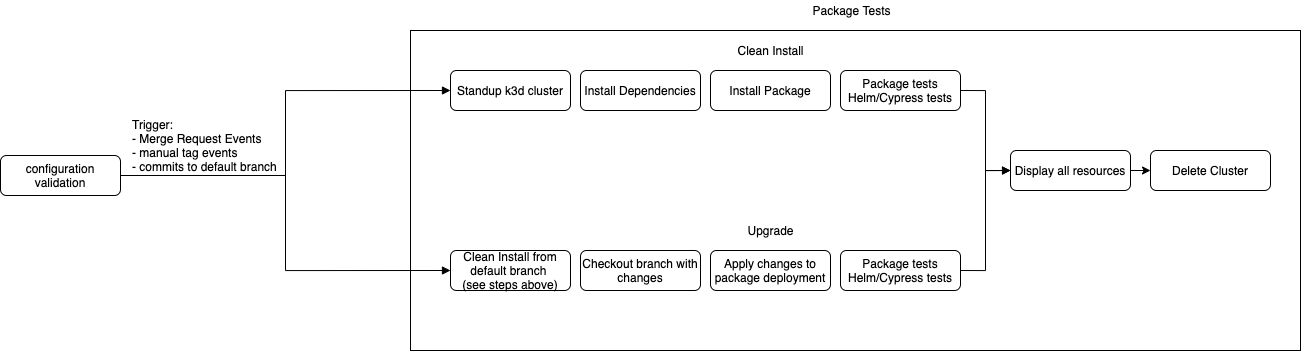
This is docs/developer/imgs/Package_pipeline.png from rjferguson21/big-bang, a draw.io export, as it was before one commit. Source tidied: cells renumbered, new cells last; positions are measured from the earlier drawing's top-left corner, leaving out a move shared by most shapes.
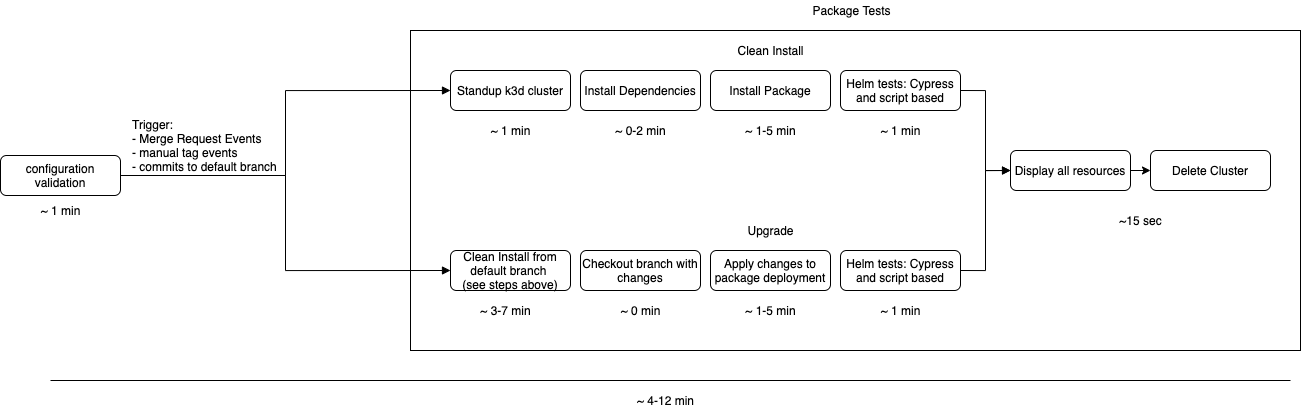
Later version of the same file.

Commit message:
update package pipeline diagram with time/tests

What changed in the source:
```diff
@@ -32,7 +32,7 @@
     <mxCell id="11" style="edgeStyle=orthogonalEdgeStyle;rounded=0;jettySize=auto;html=1;exitX=1;exitY=0.5;exitDx=0;exitDy=0;entryX=0;entryY=0.5;entryDx=0;entryDy=0;endArrow=block;endFill=1;" parent="1" edge="1" source="12" target="19">
       <mxGeometry relative="1" as="geometry" />
     </mxCell>
-    <mxCell id="12" value="Package tests&lt;br&gt;Helm/Cypress tests" style="rounded=1;whiteSpace=wrap;html=1;fontSize=12;glass=0;strokeWidth=1;shadow=0;" parent="1" vertex="1">
+    <mxCell id="12" value="Helm tests: Cypress and script based" style="rounded=1;whiteSpace=wrap;html=1;fontSize=12;glass=0;strokeWidth=1;shadow=0;" parent="1" vertex="1">
       <mxGeometry x="840" y="70" width="120" height="40" as="geometry" />
     </mxCell>
     <mxCell id="13" value="Clean Install from default branch &lt;br&gt;(see steps above)" style="rounded=1;whiteSpace=wrap;html=1;fontSize=12;glass=0;strokeWidth=1;shadow=0;" parent="1" vertex="1">
@@ -47,7 +47,7 @@
     <mxCell id="16" value="Apply changes to package deployment" style="rounded=1;whiteSpace=wrap;html=1;fontSize=12;glass=0;strokeWidth=1;shadow=0;" parent="1" vertex="1">
       <mxGeometry x="710" y="250" width="120" height="40" as="geometry" />
     </mxCell>
-    <mxCell id="17" value="Package tests&lt;br&gt;Helm/Cypress tests" style="rounded=1;whiteSpace=wrap;html=1;fontSize=12;glass=0;strokeWidth=1;shadow=0;" parent="1" vertex="1">
+    <mxCell id="17" value="Helm tests: Cypress and script based" style="rounded=1;whiteSpace=wrap;html=1;fontSize=12;glass=0;strokeWidth=1;shadow=0;" parent="1" vertex="1">
       <mxGeometry x="840" y="250" width="120" height="40" as="geometry" />
     </mxCell>
     <mxCell id="18" style="edgeStyle=orthogonalEdgeStyle;rounded=0;jettySize=auto;html=1;exitX=1;exitY=0.5;exitDx=0;exitDy=0;entryX=0;entryY=0.5;entryDx=0;entryDy=0;" parent="1" edge="1" source="19" target="20">
@@ -65,5 +65,44 @@
     <mxCell id="22" value="Package Tests" style="text;html=1;align=center;verticalAlign=middle;" parent="1" vertex="1">
       <mxGeometry x="806" width="90" height="20" as="geometry" />
     </mxCell>
+    <mxCell id="23" value="~ 1 min" style="text;html=1;align=center;verticalAlign=middle;" parent="1" vertex="1">
+      <mxGeometry x="30" y="200" width="60" height="20" as="geometry" />
+    </mxCell>
+    <mxCell id="24" value="~ 1 min" style="text;html=1;align=center;verticalAlign=middle;" parent="1" vertex="1">
+      <mxGeometry x="480" y="120" width="60" height="20" as="geometry" />
+    </mxCell>
+    <mxCell id="25" value="~ 0-2 min" style="text;html=1;align=center;verticalAlign=middle;" parent="1" vertex="1">
+      <mxGeometry x="605" y="120" width="70" height="20" as="geometry" />
+    </mxCell>
+    <mxCell id="26" value="~ 1-5 min" style="text;html=1;align=center;verticalAlign=middle;" parent="1" vertex="1">
+      <mxGeometry x="735" y="120" width="70" height="20" as="geometry" />
+    </mxCell>
+    <mxCell id="27" value="~ 1 min" style="text;html=1;align=center;verticalAlign=middle;" parent="1" vertex="1">
+      <mxGeometry x="870" y="120" width="60" height="20" as="geometry" />
+    </mxCell>
+    <mxCell id="28" value="~ 3-7 min" style="text;html=1;align=center;verticalAlign=middle;" parent="1" vertex="1">
+      <mxGeometry x="470" y="300" width="70" height="20" as="geometry" />
+    </mxCell>
+    <mxCell id="29" value="~ 1 min" style="text;html=1;align=center;verticalAlign=middle;" parent="1" vertex="1">
+      <mxGeometry x="870" y="300" width="60" height="20" as="geometry" />
+    </mxCell>
+    <mxCell id="30" value="~ 0 min" style="text;html=1;align=center;verticalAlign=middle;" parent="1" vertex="1">
+      <mxGeometry x="610" y="300" width="60" height="20" as="geometry" />
+    </mxCell>
+    <mxCell id="31" value="~ 1-5 min" style="text;html=1;align=center;verticalAlign=middle;" parent="1" vertex="1">
+      <mxGeometry x="735" y="300" width="70" height="20" as="geometry" />
+    </mxCell>
+    <mxCell id="32" value="~15 sec" style="text;html=1;align=center;verticalAlign=middle;" parent="1" vertex="1">
+      <mxGeometry x="1110" y="210" width="60" height="20" as="geometry" />
+    </mxCell>
+    <mxCell id="33" value="~ 4-12 min" style="text;html=1;align=center;verticalAlign=middle;" parent="1" vertex="1">
+      <mxGeometry x="630" y="390" width="70" height="20" as="geometry" />
+    </mxCell>
+    <mxCell id="34" style="endArrow=none;html=1;" parent="1" edge="1">
+      <mxGeometry relative="1" as="geometry">
+        <mxPoint x="50" y="380" as="sourcePoint" />
+        <mxPoint x="1290" y="380" as="targetPoint" />
+      </mxGeometry>
+    </mxCell>
   </root>
 </mxGraphModel>
```
